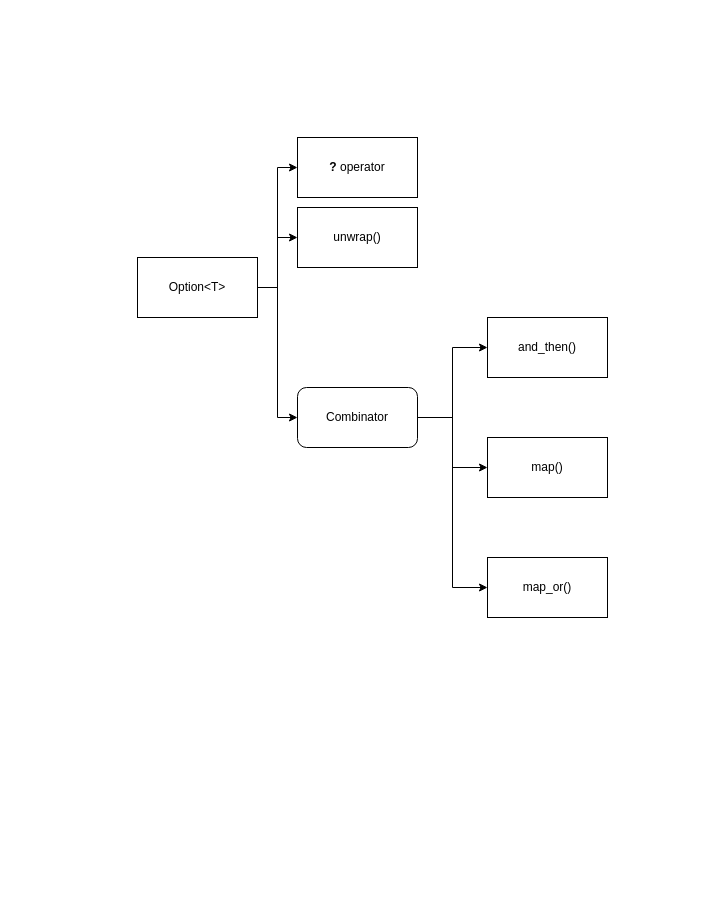
Before: page "Option<T> and Result<T, E>" (1 of 2) of std_library.drawio in gftea/rust_lang_notes, a draw.io diagram. Source tidied: cells renumbered, new cells numbered last; positions are measured from the earlier drawing's top-left corner, leaving out a move shared by most shapes. Both pictures are drawn from the tidied source at 100%, with x=0, y=0 at pixel (137, 137).
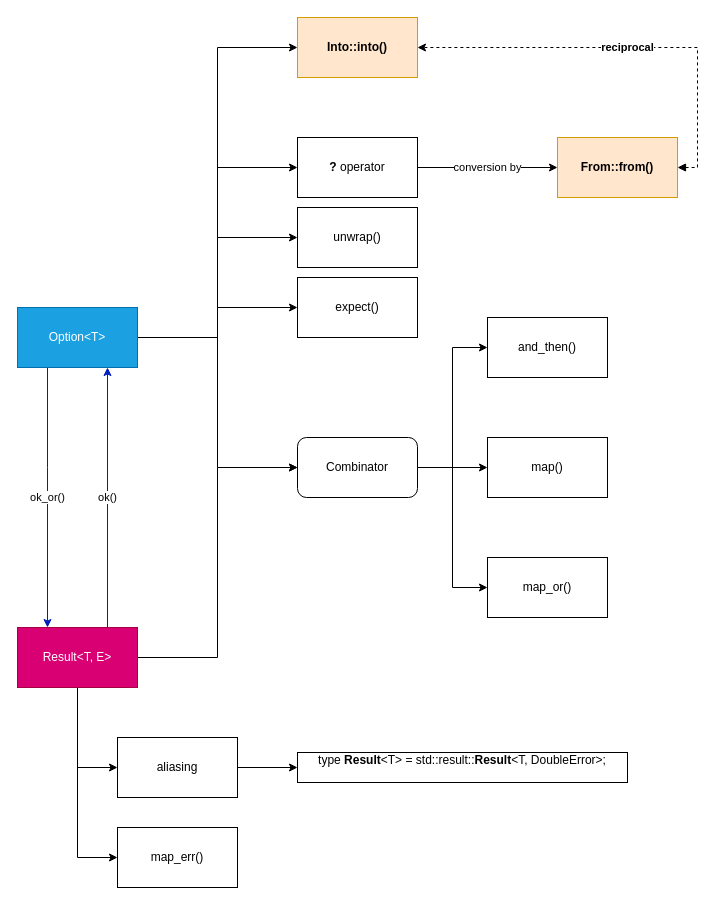
Above is the later version.

Unchanged cells that the change refers to:
```xml
<mxCell id="8" value="&lt;b&gt;? &lt;/b&gt;operator" style="rounded=0;whiteSpace=wrap;html=1;" parent="1" vertex="1">
  <mxGeometry x="160" width="120" height="60" as="geometry" />
</mxCell>
```

Diff of the diagram source:
```diff
@@
+    <mxCell id="15" value="ok_or()" style="edgeStyle=orthogonalEdgeStyle;rounded=0;jettySize=auto;html=1;entryX=0.25;entryY=0;entryDx=0;entryDy=0;fillColor=#0050ef;strokeColor=#001DBC;" parent="1" edge="1" source="5" target="23">
+      <mxGeometry relative="1" as="geometry">
+        <Array as="points">
+          <mxPoint x="-90" y="330" />
+          <mxPoint x="-90" y="330" />
+        </Array>
+      </mxGeometry>
+    </mxCell>
+    <mxCell id="16" style="edgeStyle=orthogonalEdgeStyle;rounded=0;jettySize=auto;html=1;entryX=0;entryY=0.5;entryDx=0;entryDy=0;" parent="1" edge="1" source="5" target="27">
+      <mxGeometry relative="1" as="geometry" />
+    </mxCell>
+    <mxCell id="17" style="edgeStyle=orthogonalEdgeStyle;rounded=0;jettySize=auto;html=1;entryX=0;entryY=0.5;entryDx=0;entryDy=0;startArrow=none;startFill=0;strokeWidth=1;" parent="1" edge="1" source="5" target="28">
+      <mxGeometry relative="1" as="geometry">
+        <Array as="points">
+          <mxPoint x="80" y="200" />
+          <mxPoint x="80" y="-90" />
+        </Array>
+      </mxGeometry>
+    </mxCell>
-    <mxCell id="5" value="Option&amp;lt;T&amp;gt;" style="rounded=0;whiteSpace=wrap;html=1;" parent="1" vertex="1">
-      <mxGeometry y="120" width="120" height="60" as="geometry" />
+    <mxCell id="5" value="Option&amp;lt;T&amp;gt;" style="rounded=0;whiteSpace=wrap;html=1;fillColor=#1ba1e2;fontColor=#ffffff;strokeColor=#006EAF;" parent="1" vertex="1">
+      <mxGeometry x="-120" y="170" width="120" height="60" as="geometry" />
     </mxCell>
@@
+    <mxCell id="18" value="conversion by" style="edgeStyle=orthogonalEdgeStyle;rounded=0;jettySize=auto;html=1;strokeWidth=1;" parent="1" edge="1" source="8" target="31">
+      <mxGeometry relative="1" as="geometry" />
+    </mxCell>
@@
     <mxCell id="12" value="Combinator" style="rounded=1;whiteSpace=wrap;html=1;" parent="1" vertex="1">
-      <mxGeometry x="160" y="250" width="120" height="60" as="geometry" />
+      <mxGeometry x="160" y="300" width="120" height="60" as="geometry" />
     </mxCell>
@@
+    <mxCell id="19" style="edgeStyle=orthogonalEdgeStyle;rounded=0;jettySize=auto;html=1;entryX=0;entryY=0.5;entryDx=0;entryDy=0;" parent="1" edge="1" source="23" target="12">
+      <mxGeometry relative="1" as="geometry" />
+    </mxCell>
+    <mxCell id="20" style="edgeStyle=orthogonalEdgeStyle;rounded=0;jettySize=auto;html=1;entryX=0;entryY=0.5;entryDx=0;entryDy=0;exitX=0.5;exitY=1;exitDx=0;exitDy=0;" parent="1" edge="1" source="23" target="25">
+      <mxGeometry relative="1" as="geometry" />
+    </mxCell>
+    <mxCell id="21" value="ok()" style="edgeStyle=orthogonalEdgeStyle;rounded=0;jettySize=auto;html=1;entryX=0.75;entryY=1;entryDx=0;entryDy=0;exitX=0.75;exitY=0;exitDx=0;exitDy=0;fillColor=#0050ef;strokeColor=#001DBC;" parent="1" edge="1" source="23" target="5">
+      <mxGeometry relative="1" as="geometry" />
+    </mxCell>
+    <mxCell id="22" style="edgeStyle=orthogonalEdgeStyle;rounded=0;jettySize=auto;html=1;entryX=0;entryY=0.5;entryDx=0;entryDy=0;strokeWidth=1;" parent="1" edge="1" source="23" target="29">
+      <mxGeometry relative="1" as="geometry" />
+    </mxCell>
+    <mxCell id="23" value="Result&amp;lt;T, E&amp;gt;" style="rounded=0;whiteSpace=wrap;html=1;fillColor=#d80073;fontColor=#ffffff;strokeColor=#A50040;" parent="1" vertex="1">
+      <mxGeometry x="-120" y="490" width="120" height="60" as="geometry" />
+    </mxCell>
+    <mxCell id="24" style="edgeStyle=orthogonalEdgeStyle;rounded=0;jettySize=auto;html=1;" parent="1" edge="1" source="25" target="26">
+      <mxGeometry relative="1" as="geometry" />
+    </mxCell>
+    <mxCell id="25" value="aliasing" style="rounded=0;whiteSpace=wrap;html=1;" parent="1" vertex="1">
+      <mxGeometry x="-20" y="600" width="120" height="60" as="geometry" />
+    </mxCell>
+    <mxCell id="26" value="&lt;div&gt;type &lt;b&gt;Result&lt;/b&gt;&amp;lt;T&amp;gt; = std::result::&lt;b&gt;Result&lt;/b&gt;&amp;lt;T, DoubleError&amp;gt;;&lt;/div&gt;&lt;div&gt;&lt;br&gt;&lt;/div&gt;" style="rounded=0;whiteSpace=wrap;html=1;" parent="1" vertex="1">
+      <mxGeometry x="160" y="615" width="330" height="30" as="geometry" />
+    </mxCell>
+    <mxCell id="27" value="expect()" style="rounded=0;whiteSpace=wrap;html=1;" parent="1" vertex="1">
+      <mxGeometry x="160" y="140" width="120" height="60" as="geometry" />
+    </mxCell>
+    <mxCell id="28" value="&lt;b&gt;Into::into()&lt;/b&gt;" style="rounded=0;whiteSpace=wrap;html=1;fillColor=#ffe6cc;strokeColor=#d79b00;" parent="1" vertex="1">
+      <mxGeometry x="160" y="-120" width="120" height="60" as="geometry" />
+    </mxCell>
+    <mxCell id="29" value="map_err()" style="rounded=0;whiteSpace=wrap;html=1;" parent="1" vertex="1">
+      <mxGeometry x="-20" y="690" width="120" height="60" as="geometry" />
+    </mxCell>
+    <mxCell id="30" value="&lt;b&gt;reciprocal&lt;/b&gt;" style="edgeStyle=orthogonalEdgeStyle;rounded=0;jettySize=auto;html=1;entryX=1;entryY=0.5;entryDx=0;entryDy=0;strokeWidth=1;exitX=1;exitY=0.5;exitDx=0;exitDy=0;startArrow=block;startFill=1;dashed=1;" parent="1" edge="1" source="31" target="28">
+      <mxGeometry relative="1" as="geometry" />
+    </mxCell>
+    <mxCell id="31" value="&lt;b&gt;From::from()&lt;/b&gt;" style="rounded=0;whiteSpace=wrap;html=1;fillColor=#ffe6cc;strokeColor=#d79b00;" parent="1" vertex="1">
+      <mxGeometry x="420" width="120" height="60" as="geometry" />
+    </mxCell>
```
